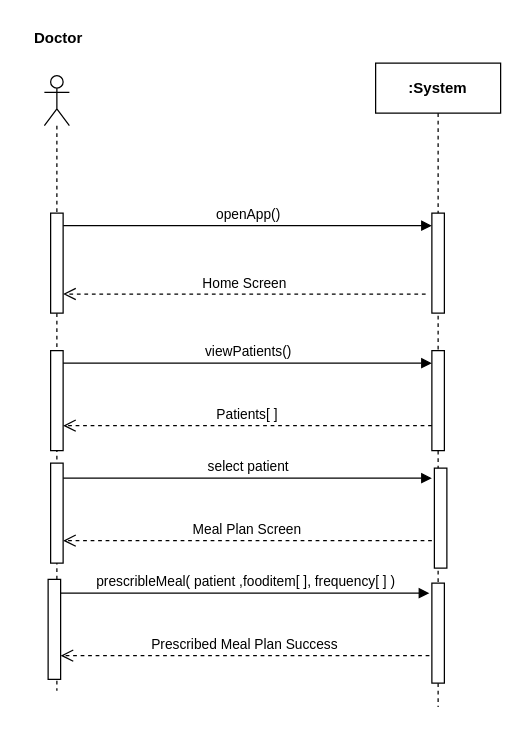
kswork859/IoT-Mother-Fetus-Health-Monitoring keeps this draw.io diagram as page "Prescribe Meal Plan" (5 of 15) of Documentations/Diagrams and Other Stuff/All SSD.drawio. Above is the earlier version. Source tidied: cells renumbered, new cells numbered last; positions are measured from the earlier drawing's top-left corner, leaving out a move shared by most shapes. Both pictures are drawn from the tidied source at 125%, with x=0, y=0 at pixel (21, 21).
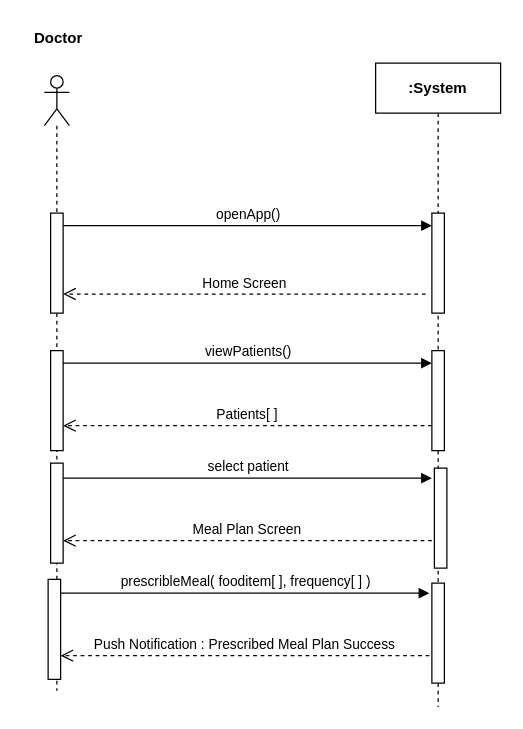
The same diagram, later.

Unchanged cells that the change refers to:
```xml
<mxCell id="2" value="&lt;b&gt;:System&lt;/b&gt;" style="shape=umlLifeline;perimeter=lifelinePerimeter;whiteSpace=wrap;html=1;newEdgeStyle={&quot;curved&quot;:0,&quot;rounded&quot;:0};" parent="1" vertex="1">
  <mxGeometry x="283" y="33" width="100" height="515" as="geometry" />
</mxCell>
```

Change to the diagram source:
```diff
@@
-    <mxCell id="8" value="Prescribed Meal Plan Success" style="html=1;verticalAlign=bottom;endArrow=open;dashed=1;endSize=8;curved=0;rounded=0;" parent="2" edge="1">
+    <mxCell id="8" value="Push Notification : Prescribed Meal Plan Success" style="html=1;verticalAlign=bottom;endArrow=open;dashed=1;endSize=8;curved=0;rounded=0;" parent="2" edge="1">
       <mxGeometry relative="1" as="geometry">
         <mxPoint x="43" y="474" as="sourcePoint" />
         <mxPoint x="-252" y="474" as="targetPoint" />
       </mxGeometry>
     </mxCell>
-    <mxCell id="9" value="prescribleMeal( patient ,fooditem[ ], frequency[ ] )" style="html=1;verticalAlign=bottom;endArrow=block;curved=0;rounded=0;" parent="2" edge="1">
+    <mxCell id="9" value="prescribleMeal( fooditem[ ], frequency[ ] )" style="html=1;verticalAlign=bottom;endArrow=block;curved=0;rounded=0;" parent="2" edge="1">
       <mxGeometry relative="1" as="geometry">
         <mxPoint x="-252" y="424" as="sourcePoint" />
         <mxPoint x="43" y="424" as="targetPoint" />
       </mxGeometry>
     </mxCell>
```
